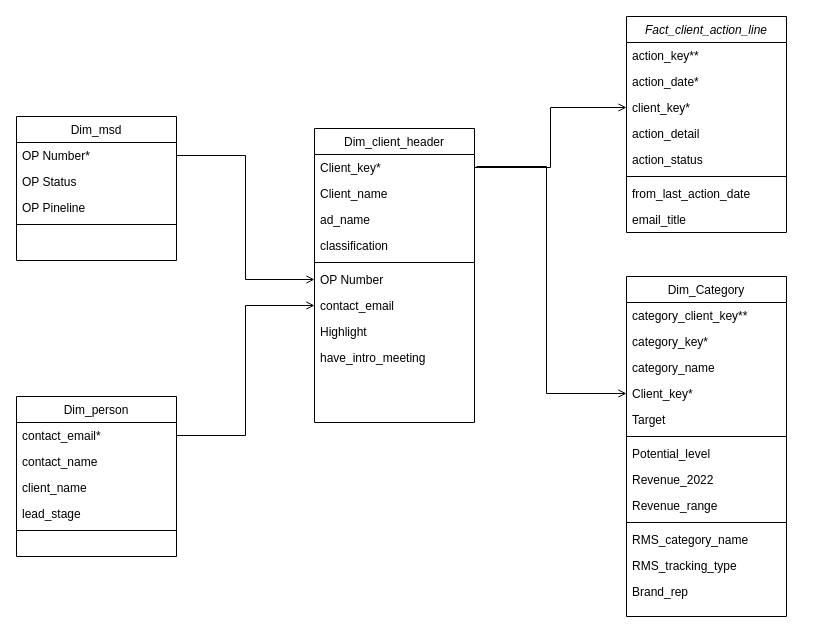
Earlier version of the draw.io diagram CRM NIQ.drawio (DucTran3110/data_warehouse_course). Source tidied: cells renumbered, new cells numbered last; positions are measured from the earlier drawing's top-left corner, leaving out a move shared by most shapes. Both pictures are drawn from the tidied source at 100%, with x=0, y=0 at pixel (16, 16).
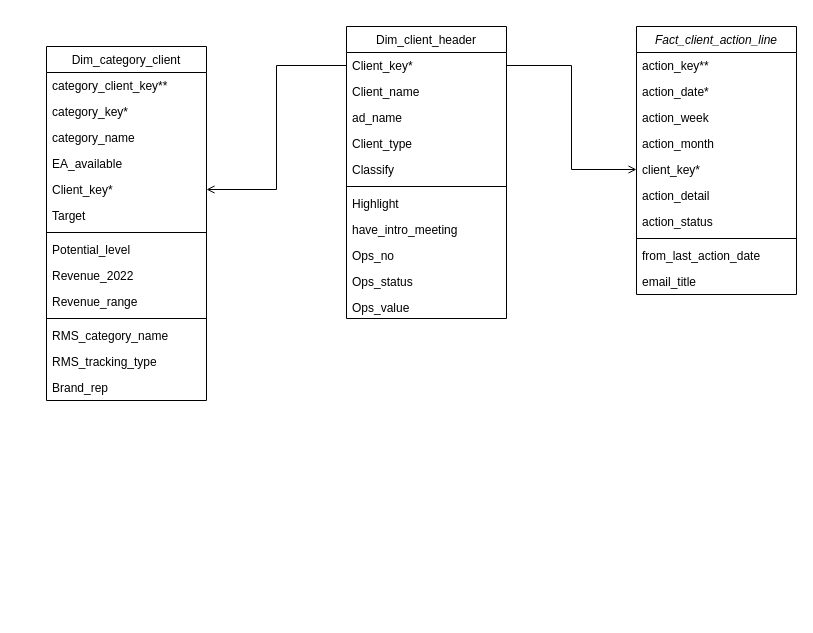
The same page after the edit.

Unchanged cells that the change refers to:
```xml
<mxCell id="12" value="Client_key*" style="text;align=left;verticalAlign=top;spacingLeft=4;spacingRight=4;overflow=hidden;points=[[0,0.5],[1,0.5]];portConstraint=eastwest;" parent="11" vertex="1">
  <mxGeometry y="26" width="160" height="26" as="geometry" />
</mxCell>
```

What changed in the source:
```diff
@@
     <mxCell id="2" value="Fact_client_action_line" style="swimlane;fontStyle=2;align=center;verticalAlign=top;horizontal=1;startSize=26;rounded=0;shadow=0;strokeWidth=1;" parent="1" vertex="1">
-      <mxGeometry x="610" width="160" height="216" as="geometry" />
+      <mxGeometry x="620" y="10" width="160" height="268" as="geometry" />
     </mxCell>
@@
+    <mxCell id="50" value="action_week" style="text;align=left;verticalAlign=top;spacingLeft=4;spacingRight=4;overflow=hidden;" parent="2" vertex="1">
+      <mxGeometry y="78" width="160" height="26" as="geometry" />
+    </mxCell>
+    <mxCell id="51" value="action_month" style="text;align=left;verticalAlign=top;spacingLeft=4;spacingRight=4;overflow=hidden;" parent="2" vertex="1">
+      <mxGeometry y="104" width="160" height="26" as="geometry" />
+    </mxCell>
     <mxCell id="5" value="client_key*" style="text;align=left;verticalAlign=top;spacingLeft=4;spacingRight=4;overflow=hidden;points=[[0,0.5],[1,0.5]];portConstraint=eastwest;rounded=0;shadow=0;html=0;" parent="2" vertex="1">
-      <mxGeometry y="78" width="160" height="26" as="geometry" />
+      <mxGeometry y="130" width="160" height="26" as="geometry" />
     </mxCell>
     <mxCell id="6" value="action_detail" style="text;align=left;verticalAlign=top;spacingLeft=4;spacingRight=4;overflow=hidden;rounded=0;shadow=0;html=0;" parent="2" vertex="1">
-      <mxGeometry y="104" width="160" height="26" as="geometry" />
+      <mxGeometry y="156" width="160" height="26" as="geometry" />
     </mxCell>
     <mxCell id="7" value="action_status" style="text;align=left;verticalAlign=top;spacingLeft=4;spacingRight=4;overflow=hidden;" parent="2" vertex="1">
-      <mxGeometry y="130" width="160" height="26" as="geometry" />
+      <mxGeometry y="182" width="160" height="26" as="geometry" />
     </mxCell>
     <mxCell id="8" style="line;html=1;strokeWidth=1;align=left;verticalAlign=middle;spacingTop=-1;spacingLeft=3;spacingRight=3;labelPosition=right;" parent="2" vertex="1">
-      <mxGeometry y="156" width="160" height="8" as="geometry" />
+      <mxGeometry y="208" width="160" height="8" as="geometry" />
     </mxCell>
     <mxCell id="9" value="from_last_action_date" style="text;align=left;verticalAlign=top;spacingLeft=4;spacingRight=4;overflow=hidden;" parent="2" vertex="1">
-      <mxGeometry y="164" width="160" height="26" as="geometry" />
+      <mxGeometry y="216" width="160" height="26" as="geometry" />
     </mxCell>
     <mxCell id="10" value="email_title" style="text;align=left;verticalAlign=top;spacingLeft=4;spacingRight=4;overflow=hidden;" parent="2" vertex="1">
-      <mxGeometry y="190" width="160" height="26" as="geometry" />
+      <mxGeometry y="242" width="160" height="26" as="geometry" />
     </mxCell>
     <mxCell id="11" value="Dim_client_header" style="swimlane;fontStyle=0;align=center;verticalAlign=top;horizontal=1;startSize=26;rounded=0;shadow=0;strokeWidth=1;" parent="1" vertex="1">
-      <mxGeometry x="298" y="112" width="160" height="294" as="geometry" />
+      <mxGeometry x="330" y="10" width="160" height="292" as="geometry" />
     </mxCell>
@@
+    <mxCell id="52" value="Client_type" style="text;align=left;verticalAlign=top;spacingLeft=4;spacingRight=4;overflow=hidden;rounded=0;shadow=0;html=0;" parent="11" vertex="1">
+      <mxGeometry y="104" width="160" height="26" as="geometry" />
+    </mxCell>
-    <mxCell id="15" value="classification" style="text;align=left;verticalAlign=top;spacingLeft=4;spacingRight=4;overflow=hidden;rounded=0;shadow=0;html=0;" parent="11" vertex="1">
-      <mxGeometry y="104" width="160" height="26" as="geometry" />
+    <mxCell id="15" value="Classify" style="text;align=left;verticalAlign=top;spacingLeft=4;spacingRight=4;overflow=hidden;rounded=0;shadow=0;html=0;" parent="11" vertex="1">
+      <mxGeometry y="130" width="160" height="26" as="geometry" />
     </mxCell>
     <mxCell id="16" style="line;html=1;strokeWidth=1;align=left;verticalAlign=middle;spacingTop=-1;spacingLeft=3;spacingRight=3;labelPosition=right;" parent="11" vertex="1">
-      <mxGeometry y="130" width="160" height="8" as="geometry" />
+      <mxGeometry y="156" width="160" height="8" as="geometry" />
     </mxCell>
-    <mxCell id="17" value="OP Number" style="text;align=left;verticalAlign=top;spacingLeft=4;spacingRight=4;overflow=hidden;points=[[0,0.5],[1,0.5]];portConstraint=eastwest;rounded=0;shadow=0;html=0;" parent="11" vertex="1">
-      <mxGeometry y="138" width="160" height="26" as="geometry" />
-    </mxCell>
-    <mxCell id="18" value="contact_email" style="text;align=left;verticalAlign=top;spacingLeft=4;spacingRight=4;overflow=hidden;points=[[0,0.5],[1,0.5]];portConstraint=eastwest;rounded=0;shadow=0;html=0;" parent="11" vertex="1">
-      <mxGeometry y="164" width="160" height="26" as="geometry" />
-    </mxCell>
     <mxCell id="19" value="Highlight" style="text;align=left;verticalAlign=top;spacingLeft=4;spacingRight=4;overflow=hidden;rounded=0;shadow=0;html=0;" parent="11" vertex="1">
-      <mxGeometry y="190" width="160" height="26" as="geometry" />
+      <mxGeometry y="164" width="160" height="26" as="geometry" />
     </mxCell>
     <mxCell id="20" value="have_intro_meeting" style="text;align=left;verticalAlign=top;spacingLeft=4;spacingRight=4;overflow=hidden;" parent="11" vertex="1">
-      <mxGeometry y="216" width="160" height="26" as="geometry" />
+      <mxGeometry y="190" width="160" height="26" as="geometry" />
     </mxCell>
+    <mxCell id="17" value="Ops_no" style="text;align=left;verticalAlign=top;spacingLeft=4;spacingRight=4;overflow=hidden;points=[[0,0.5],[1,0.5]];portConstraint=eastwest;rounded=0;shadow=0;html=0;" parent="11" vertex="1">
+      <mxGeometry y="216" width="160" height="26" as="geometry" />
+    </mxCell>
+    <mxCell id="53" value="Ops_status" style="text;align=left;verticalAlign=top;spacingLeft=4;spacingRight=4;overflow=hidden;rounded=0;shadow=0;html=0;" parent="11" vertex="1">
+      <mxGeometry y="242" width="160" height="26" as="geometry" />
+    </mxCell>
+    <mxCell id="54" value="Ops_value" style="text;align=left;verticalAlign=top;spacingLeft=4;spacingRight=4;overflow=hidden;rounded=0;shadow=0;html=0;" parent="11" vertex="1">
+      <mxGeometry y="268" width="160" height="24" as="geometry" />
+    </mxCell>
-    <mxCell id="21" value="Dim_Category" style="swimlane;fontStyle=0;align=center;verticalAlign=top;horizontal=1;startSize=26;rounded=0;shadow=0;strokeWidth=1;" parent="1" vertex="1">
-      <mxGeometry x="610" y="260" width="160" height="340" as="geometry" />
+    <mxCell id="21" value="Dim_category_client" style="swimlane;fontStyle=0;align=center;verticalAlign=top;horizontal=1;startSize=26;rounded=0;shadow=0;strokeWidth=1;" parent="1" vertex="1">
+      <mxGeometry x="30" y="30" width="160" height="354" as="geometry" />
     </mxCell>
@@
+    <mxCell id="55" value="EA_available" style="text;align=left;verticalAlign=top;spacingLeft=4;spacingRight=4;overflow=hidden;" parent="21" vertex="1">
+      <mxGeometry y="104" width="160" height="26" as="geometry" />
+    </mxCell>
     <mxCell id="25" value="Client_key*" style="text;align=left;verticalAlign=top;spacingLeft=4;spacingRight=4;overflow=hidden;points=[[0,0.5],[1,0.5]];portConstraint=eastwest;" parent="21" vertex="1">
-      <mxGeometry y="104" width="160" height="26" as="geometry" />
+      <mxGeometry y="130" width="160" height="26" as="geometry" />
     </mxCell>
     <mxCell id="26" value="Target" style="text;align=left;verticalAlign=top;spacingLeft=4;spacingRight=4;overflow=hidden;rounded=0;shadow=0;html=0;" parent="21" vertex="1">
-      <mxGeometry y="130" width="160" height="26" as="geometry" />
+      <mxGeometry y="156" width="160" height="26" as="geometry" />
     </mxCell>
     <mxCell id="27" style="line;html=1;strokeWidth=1;align=left;verticalAlign=middle;spacingTop=-1;spacingLeft=3;spacingRight=3;labelPosition=right;" parent="21" vertex="1">
-      <mxGeometry y="156" width="160" height="8" as="geometry" />
+      <mxGeometry y="182" width="160" height="8" as="geometry" />
     </mxCell>
     <mxCell id="28" value="Potential_level" style="text;align=left;verticalAlign=top;spacingLeft=4;spacingRight=4;overflow=hidden;rounded=0;shadow=0;html=0;" parent="21" vertex="1">
-      <mxGeometry y="164" width="160" height="26" as="geometry" />
+      <mxGeometry y="190" width="160" height="26" as="geometry" />
     </mxCell>
     <mxCell id="29" value="Revenue_2022" style="text;align=left;verticalAlign=top;spacingLeft=4;spacingRight=4;overflow=hidden;rounded=0;shadow=0;html=0;" parent="21" vertex="1">
-      <mxGeometry y="190" width="160" height="26" as="geometry" />
+      <mxGeometry y="216" width="160" height="26" as="geometry" />
     </mxCell>
     <mxCell id="30" value="Revenue_range" style="text;align=left;verticalAlign=top;spacingLeft=4;spacingRight=4;overflow=hidden;rounded=0;shadow=0;html=0;" parent="21" vertex="1">
-      <mxGeometry y="216" width="160" height="26" as="geometry" />
+      <mxGeometry y="242" width="160" height="26" as="geometry" />
     </mxCell>
     <mxCell id="31" style="line;html=1;strokeWidth=1;align=left;verticalAlign=middle;spacingTop=-1;spacingLeft=3;spacingRight=3;labelPosition=right;" parent="21" vertex="1">
-      <mxGeometry y="242" width="160" height="8" as="geometry" />
+      <mxGeometry y="268" width="160" height="8" as="geometry" />
     </mxCell>
     <mxCell id="32" value="RMS_category_name" style="text;align=left;verticalAlign=top;spacingLeft=4;spacingRight=4;overflow=hidden;rounded=0;shadow=0;html=0;" parent="21" vertex="1">
-      <mxGeometry y="250" width="160" height="26" as="geometry" />
+      <mxGeometry y="276" width="160" height="26" as="geometry" />
     </mxCell>
     <mxCell id="33" value="RMS_tracking_type" style="text;align=left;verticalAlign=top;spacingLeft=4;spacingRight=4;overflow=hidden;rounded=0;shadow=0;html=0;" parent="21" vertex="1">
-      <mxGeometry y="276" width="160" height="26" as="geometry" />
+      <mxGeometry y="302" width="160" height="26" as="geometry" />
     </mxCell>
     <mxCell id="34" value="Brand_rep" style="text;align=left;verticalAlign=top;spacingLeft=4;spacingRight=4;overflow=hidden;rounded=0;shadow=0;html=0;" parent="21" vertex="1">
-      <mxGeometry y="302" width="160" height="26" as="geometry" />
+      <mxGeometry y="328" width="160" height="26" as="geometry" />
     </mxCell>
-    <mxCell id="35" value="Dim_person" style="swimlane;fontStyle=0;align=center;verticalAlign=top;horizontal=1;startSize=26;rounded=0;shadow=0;strokeWidth=1;" parent="1" vertex="1">
-      <mxGeometry y="380" width="160" height="160" as="geometry" />
-    </mxCell>
-    <mxCell id="36" value="contact_email*" style="text;align=left;verticalAlign=top;spacingLeft=4;spacingRight=4;overflow=hidden;points=[[0,0.5],[1,0.5]];portConstraint=eastwest;rounded=0;shadow=0;html=0;" parent="35" vertex="1">
-      <mxGeometry y="26" width="160" height="26" as="geometry" />
-    </mxCell>
-    <mxCell id="37" value="contact_name" style="text;align=left;verticalAlign=top;spacingLeft=4;spacingRight=4;overflow=hidden;" parent="35" vertex="1">
-      <mxGeometry y="52" width="160" height="26" as="geometry" />
-    </mxCell>
-    <mxCell id="38" value="client_name" style="text;align=left;verticalAlign=top;spacingLeft=4;spacingRight=4;overflow=hidden;rounded=0;shadow=0;html=0;" parent="35" vertex="1">
-      <mxGeometry y="78" width="160" height="26" as="geometry" />
-    </mxCell>
-    <mxCell id="39" value="lead_stage" style="text;align=left;verticalAlign=top;spacingLeft=4;spacingRight=4;overflow=hidden;" parent="35" vertex="1">
-      <mxGeometry y="104" width="160" height="26" as="geometry" />
-    </mxCell>
-    <mxCell id="40" style="line;html=1;strokeWidth=1;align=left;verticalAlign=middle;spacingTop=-1;spacingLeft=3;spacingRight=3;labelPosition=right;" parent="35" vertex="1">
-      <mxGeometry y="130" width="160" height="8" as="geometry" />
-    </mxCell>
-    <mxCell id="41" value="Dim_msd" style="swimlane;fontStyle=0;align=center;verticalAlign=top;horizontal=1;startSize=26;rounded=0;shadow=0;strokeWidth=1;" parent="1" vertex="1">
-      <mxGeometry y="100" width="160" height="144" as="geometry" />
-    </mxCell>
-    <mxCell id="42" value="OP Number*" style="text;align=left;verticalAlign=top;spacingLeft=4;spacingRight=4;overflow=hidden;points=[[0,0.5],[1,0.5]];portConstraint=eastwest;" parent="41" vertex="1">
-      <mxGeometry y="26" width="160" height="26" as="geometry" />
-    </mxCell>
-    <mxCell id="43" value="OP Status" style="text;align=left;verticalAlign=top;spacingLeft=4;spacingRight=4;overflow=hidden;rounded=0;shadow=0;html=0;" parent="41" vertex="1">
-      <mxGeometry y="52" width="160" height="26" as="geometry" />
-    </mxCell>
-    <mxCell id="44" value="OP Pineline" style="text;align=left;verticalAlign=top;spacingLeft=4;spacingRight=4;overflow=hidden;rounded=0;shadow=0;html=0;" parent="41" vertex="1">
-      <mxGeometry y="78" width="160" height="26" as="geometry" />
-    </mxCell>
-    <mxCell id="45" style="line;html=1;strokeWidth=1;align=left;verticalAlign=middle;spacingTop=-1;spacingLeft=3;spacingRight=3;labelPosition=right;" parent="41" vertex="1">
-      <mxGeometry y="104" width="160" height="8" as="geometry" />
-    </mxCell>
-    <mxCell id="46" style="endArrow=open;shadow=0;strokeWidth=1;rounded=0;endFill=1;edgeStyle=elbowEdgeStyle;entryX=0;entryY=0.5;entryDx=0;entryDy=0;exitX=1;exitY=0.5;exitDx=0;exitDy=0;" parent="1" edge="1" source="42" target="17">
-      <mxGeometry x="0.5" y="41" relative="1" as="geometry">
-        <mxPoint x="-40" y="32" as="offset" />
-      </mxGeometry>
-    </mxCell>
-    <mxCell id="47" style="endArrow=open;shadow=0;strokeWidth=1;rounded=0;endFill=1;edgeStyle=elbowEdgeStyle;exitX=1;exitY=0.5;exitDx=0;exitDy=0;entryX=0;entryY=0.5;entryDx=0;entryDy=0;" parent="1" edge="1" source="36" target="18">
-      <mxGeometry x="0.5" y="41" relative="1" as="geometry">
-        <mxPoint x="-40" y="32" as="offset" />
-      </mxGeometry>
-    </mxCell>
@@
-    <mxCell id="49" style="endArrow=open;shadow=0;strokeWidth=1;rounded=0;endFill=1;edgeStyle=elbowEdgeStyle;entryX=0;entryY=0.5;entryDx=0;entryDy=0;" parent="1" edge="1" target="25">
+    <mxCell id="49" style="endArrow=open;shadow=0;strokeWidth=1;rounded=0;endFill=1;edgeStyle=elbowEdgeStyle;entryX=1;entryY=0.5;entryDx=0;entryDy=0;exitX=0;exitY=0.5;exitDx=0;exitDy=0;" parent="1" edge="1" source="12" target="25">
       <mxGeometry x="0.5" y="41" relative="1" as="geometry">
-        <mxPoint x="460" y="150" as="sourcePoint" />
         <Array as="points">
-          <mxPoint x="530" y="240" />
+          <mxPoint x="260" y="170" />
         </Array>
         <mxPoint x="-40" y="32" as="offset" />
       </mxGeometry>
     </mxCell>
```
